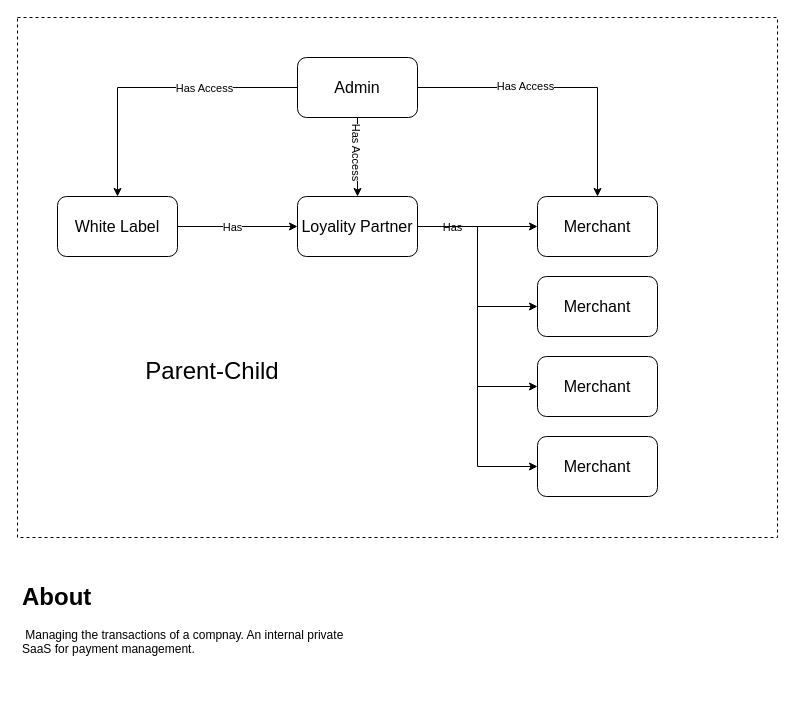
gulbitz/diagrams.net keeps this draw.io diagram as page "Application Info" (1 of 6) of payelio/Payelio - Flow Diagram.drawio. Above is the earlier version. Source tidied: cells renumbered, new cells numbered last; positions are measured from the earlier drawing's top-left corner, leaving out a move shared by most shapes. Both pictures are drawn from the tidied source at 100%, with x=0, y=0 at pixel (17, 17).
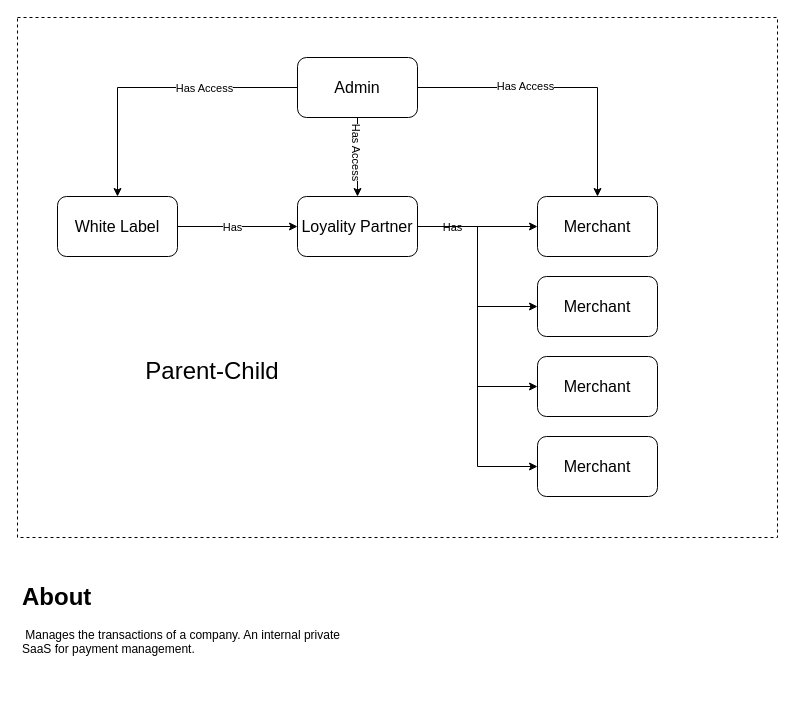
After the change.

Change to the diagram source:
```diff
@@
-    <mxCell id="24" value="&lt;h1&gt;About&lt;/h1&gt;&lt;p&gt;&amp;nbsp;Managing the transactions of a compnay. An internal private SaaS for payment management.&lt;/p&gt;" style="text;html=1;strokeColor=none;fillColor=none;spacing=5;spacingTop=-20;whiteSpace=wrap;overflow=hidden;rounded=0;" parent="1" vertex="1">
+    <mxCell id="24" value="&lt;h1&gt;About&lt;/h1&gt;&lt;p&gt;&amp;nbsp;Manages the transactions of a company. An internal private SaaS for payment management.&lt;/p&gt;" style="text;html=1;strokeColor=none;fillColor=none;spacing=5;spacingTop=-20;whiteSpace=wrap;overflow=hidden;rounded=0;" parent="1" vertex="1">
       <mxGeometry y="560" width="340" height="120" as="geometry" />
     </mxCell>
```
